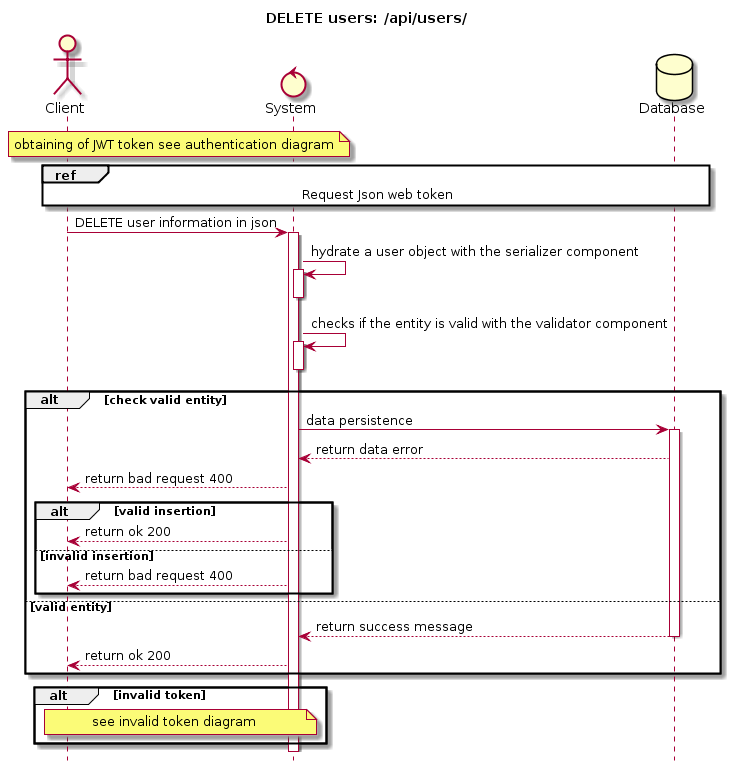
Above: docs/Uml/Diagram_sequences/Diagram_sequence_DELETE_user.png in siggwer/Bilemo (PlantUML), before the change.
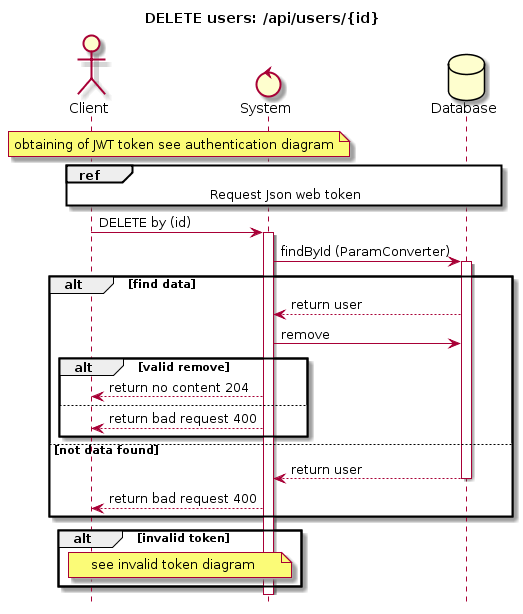
The same diagram one commit later.

Diff of the diagram source:
```diff
@@ -1,6 +1,6 @@
 @startuml
 hide footbox
-title DELETE users: /api/users/
+title DELETE users: /api/users/{id}
 Actor Client
 Control System
 Database Database
@@ -13,30 +13,26 @@
     Request Json web token
 end ref
 
-Client -> System : DELETE user information in json
+Client -> System : DELETE by (id)
 activate System
 
-System -> System : hydrate a user object with the serializer component
-activate System
-deactivate System
-System -> System : checks if the entity is valid with the validator component
-activate System
-deactivate System
-alt check valid entity
-    System -> Database : data persistence
-    activate Database
-    Database --> System : return data error
-    System --> Client : return bad request 400
-    alt valid insertion
-        System --> Client : return ok 200
-    else invalid insertion
+System -> Database : findById (ParamConverter)
+activate Database
+
+alt find data
+Database --> System : return user
+System -> Database : remove
+    alt valid remove
+    System --> Client : return no content 204
+    else
         System --> Client : return bad request 400
     end
-else valid entity
-    Database --> System : return success message
+else not data found
+    Database --> System : return user
     deactivate Database
-    System --> Client : return ok 200
+    System --> Client : return bad request 400
 end
+
 alt invalid token
 note over Client, System
     see invalid token diagram
```
